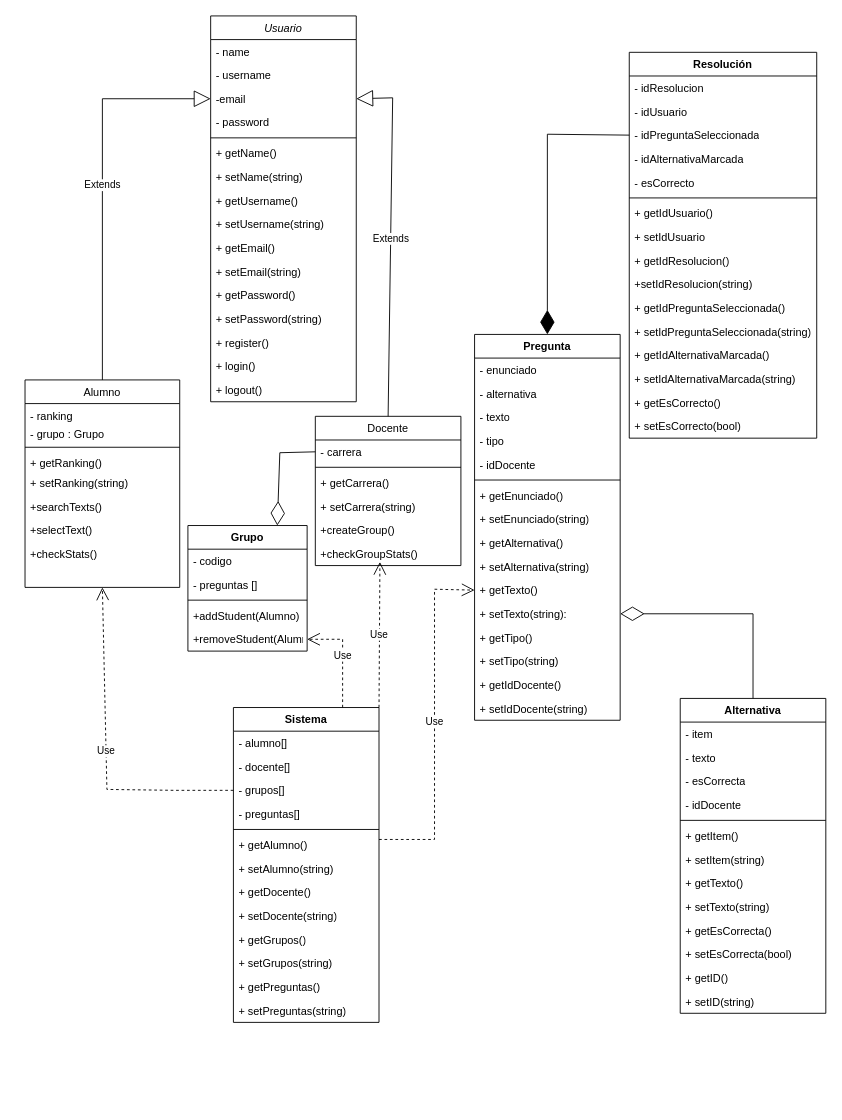
jhordannfree/proyectoAlgo2 keeps this draw.io diagram as ProjectAlgo2.drawio. Above is the earlier version. Source tidied: cells renumbered, new cells numbered last; positions are measured from the earlier drawing's top-left corner, leaving out a move shared by most shapes. Both pictures are drawn from the tidied source at 91%, with x=0, y=0 at pixel (25, 15).
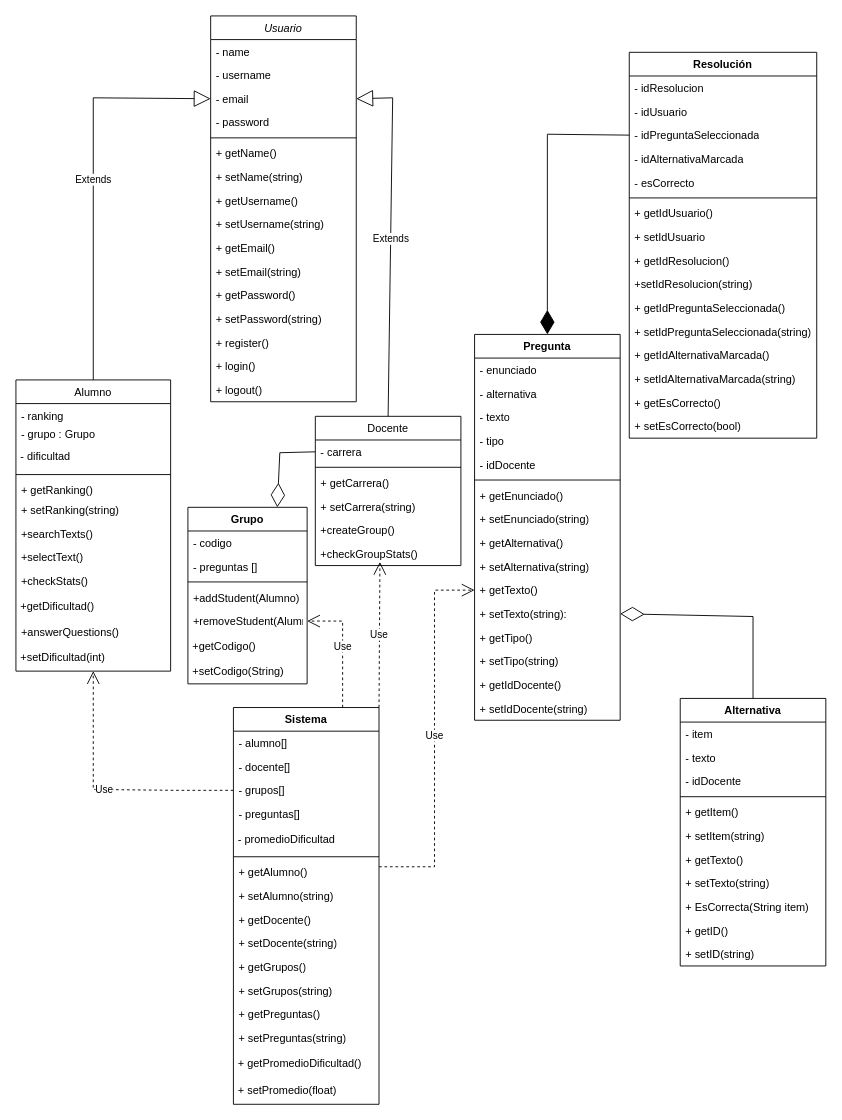
Above is the later version.

The change refers to these unchanged cells:
```xml
<mxCell id="2" value="Usuario" style="swimlane;fontStyle=2;align=center;verticalAlign=top;horizontal=1;startSize=26;rounded=0;shadow=0;strokeWidth=1;" parent="1" vertex="1">
  <mxGeometry x="204" width="160" height="424" as="geometry" />
</mxCell>
<mxCell id="46" value="+ getTexto()" style="text;strokeColor=none;fillColor=none;align=left;verticalAlign=top;spacingLeft=4;spacingRight=4;overflow=hidden;points=[[0,0.5],[1,0.5]];portConstraint=eastwest;whiteSpace=wrap;html=1;" parent="35" vertex="1">
  <mxGeometry y="268" width="160" height="26" as="geometry" />
</mxCell>
<mxCell id="47" value="+ setTexto(string):" style="text;strokeColor=none;fillColor=none;align=left;verticalAlign=top;spacingLeft=4;spacingRight=4;overflow=hidden;points=[[0,0.5],[1,0.5]];portConstraint=eastwest;whiteSpace=wrap;html=1;" parent="35" vertex="1">
  <mxGeometry y="294" width="160" height="26" as="geometry" />
</mxCell>
<mxCell id="57" value="+removeStudent(Alumno)" style="text;strokeColor=none;fillColor=none;align=left;verticalAlign=top;spacingLeft=4;spacingRight=4;overflow=hidden;points=[[0,0.5],[1,0.5]];portConstraint=eastwest;whiteSpace=wrap;html=1;" parent="52" vertex="1">
  <mxGeometry y="112" width="131" height="26" as="geometry" />
</mxCell>
<mxCell id="75" value="- grupos[]" style="text;strokeColor=none;fillColor=none;align=left;verticalAlign=top;spacingLeft=4;spacingRight=4;overflow=hidden;points=[[0,0.5],[1,0.5]];portConstraint=eastwest;whiteSpace=wrap;html=1;" parent="72" vertex="1">
  <mxGeometry y="78" width="160" height="26" as="geometry" />
</mxCell>
```

What changed in the source:
```diff
@@
-    <mxCell id="5" value="-email" style="text;align=left;verticalAlign=top;spacingLeft=4;spacingRight=4;overflow=hidden;points=[[0,0.5],[1,0.5]];portConstraint=eastwest;rounded=0;shadow=0;html=0;" parent="2" vertex="1">
+    <mxCell id="5" value="- email" style="text;align=left;verticalAlign=top;spacingLeft=4;spacingRight=4;overflow=hidden;points=[[0,0.5],[1,0.5]];portConstraint=eastwest;rounded=0;shadow=0;html=0;" parent="2" vertex="1">
       <mxGeometry y="78" width="160" height="26" as="geometry" />
     </mxCell>
@@
     <mxCell id="19" value="Alumno" style="swimlane;fontStyle=0;align=center;verticalAlign=top;horizontal=1;startSize=26;rounded=0;shadow=0;strokeWidth=1;" parent="1" vertex="1">
-      <mxGeometry y="400" width="170" height="228" as="geometry" />
+      <mxGeometry x="-10" y="400" width="170" height="320" as="geometry" />
     </mxCell>
@@
+    <mxCell id="112" value="&amp;nbsp;- dificultad" style="text;html=1;strokeColor=none;fillColor=none;align=left;verticalAlign=middle;whiteSpace=wrap;rounded=0;" parent="19" vertex="1">
+      <mxGeometry y="70" width="170" height="30" as="geometry" />
+    </mxCell>
     <mxCell id="22" style="line;html=1;strokeWidth=1;align=left;verticalAlign=middle;spacingTop=-1;spacingLeft=3;spacingRight=3;labelPosition=right;" parent="19" vertex="1">
-      <mxGeometry y="70" width="170" height="8" as="geometry" />
+      <mxGeometry y="100" width="170" height="8" as="geometry" />
     </mxCell>
     <mxCell id="23" value="+ getRanking()" style="text;align=left;verticalAlign=top;spacingLeft=4;spacingRight=4;overflow=hidden;" parent="19" vertex="1">
-      <mxGeometry y="78" width="170" height="22" as="geometry" />
+      <mxGeometry y="108" width="170" height="22" as="geometry" />
     </mxCell>
     <mxCell id="24" value="+ setRanking(string)" style="text;align=left;verticalAlign=top;spacingLeft=4;spacingRight=4;overflow=hidden;" parent="19" vertex="1">
-      <mxGeometry y="100" width="170" height="26" as="geometry" />
+      <mxGeometry y="130" width="170" height="26" as="geometry" />
     </mxCell>
     <mxCell id="25" value="+searchTexts()" style="text;align=left;verticalAlign=top;spacingLeft=4;spacingRight=4;overflow=hidden;" parent="19" vertex="1">
-      <mxGeometry y="126" width="170" height="26" as="geometry" />
+      <mxGeometry y="156" width="170" height="26" as="geometry" />
     </mxCell>
     <mxCell id="26" value="+selectText()" style="text;align=left;verticalAlign=top;spacingLeft=4;spacingRight=4;overflow=hidden;" parent="19" vertex="1">
-      <mxGeometry y="152" width="170" height="26" as="geometry" />
+      <mxGeometry y="182" width="170" height="26" as="geometry" />
     </mxCell>
     <mxCell id="27" value="+checkStats()" style="text;align=left;verticalAlign=top;spacingLeft=4;spacingRight=4;overflow=hidden;" parent="19" vertex="1">
-      <mxGeometry y="178" width="170" height="26" as="geometry" />
+      <mxGeometry y="208" width="170" height="26" as="geometry" />
     </mxCell>
+    <mxCell id="113" value="&amp;nbsp;+getDificultad()" style="text;html=1;strokeColor=none;fillColor=none;align=left;verticalAlign=middle;whiteSpace=wrap;rounded=0;" parent="19" vertex="1">
+      <mxGeometry y="234" width="170" height="30" as="geometry" />
+    </mxCell>
+    <mxCell id="114" value="+answerQuestions()" style="text;align=left;verticalAlign=top;spacingLeft=4;spacingRight=4;overflow=hidden;" parent="19" vertex="1">
+      <mxGeometry y="264" width="170" height="26" as="geometry" />
+    </mxCell>
+    <mxCell id="115" value="&amp;nbsp;+setDificultad(int)" style="text;html=1;strokeColor=none;fillColor=none;align=left;verticalAlign=middle;whiteSpace=wrap;rounded=0;" parent="19" vertex="1">
+      <mxGeometry y="290" width="170" height="30" as="geometry" />
+    </mxCell>
@@
     <mxCell id="52" value="Grupo" style="swimlane;fontStyle=1;align=center;verticalAlign=top;horizontal=1;startSize=26;whiteSpace=wrap;html=1;" parent="1" vertex="1">
-      <mxGeometry x="179" y="560" width="131" height="138" as="geometry" />
+      <mxGeometry x="179" y="540" width="131" height="194" as="geometry" />
     </mxCell>
@@
+    <mxCell id="116" value="&amp;nbsp;+getCodigo()" style="text;html=1;strokeColor=none;fillColor=none;align=left;verticalAlign=middle;whiteSpace=wrap;rounded=0;" parent="52" vertex="1">
+      <mxGeometry y="138" width="131" height="30" as="geometry" />
+    </mxCell>
+    <mxCell id="117" value="&amp;nbsp;+setCodigo(String)" style="text;html=1;strokeColor=none;fillColor=none;align=left;verticalAlign=middle;whiteSpace=wrap;rounded=0;" parent="52" vertex="1">
+      <mxGeometry y="168" width="131" height="26" as="geometry" />
+    </mxCell>
     <mxCell id="58" value="Alternativa" style="swimlane;fontStyle=1;align=center;verticalAlign=top;horizontal=1;startSize=26;whiteSpace=wrap;html=1;" parent="1" vertex="1">
-      <mxGeometry x="720" y="750" width="160" height="346" as="geometry" />
+      <mxGeometry x="720" y="750" width="160" height="294" as="geometry" />
     </mxCell>
@@
-    <mxCell id="61" value="- esCorrecta" style="text;strokeColor=none;fillColor=none;align=left;verticalAlign=top;spacingLeft=4;spacingRight=4;overflow=hidden;whiteSpace=wrap;html=1;" parent="58" vertex="1">
-      <mxGeometry y="78" width="160" height="26" as="geometry" />
-    </mxCell>
     <mxCell id="62" value="-&amp;nbsp;idDocente" style="text;strokeColor=none;fillColor=none;align=left;verticalAlign=top;spacingLeft=4;spacingRight=4;overflow=hidden;whiteSpace=wrap;html=1;" parent="58" vertex="1">
-      <mxGeometry y="104" width="160" height="26" as="geometry" />
+      <mxGeometry y="78" width="160" height="26" as="geometry" />
     </mxCell>
     <mxCell id="63" style="line;strokeWidth=1;fillColor=none;align=left;verticalAlign=middle;spacingTop=-1;spacingLeft=3;spacingRight=3;labelPosition=right;strokeColor=inherit;" parent="58" vertex="1">
-      <mxGeometry y="130" width="160" height="8" as="geometry" />
+      <mxGeometry y="104" width="160" height="8" as="geometry" />
     </mxCell>
     <mxCell id="64" value="+ getItem()" style="text;strokeColor=none;fillColor=none;align=left;verticalAlign=top;spacingLeft=4;spacingRight=4;overflow=hidden;whiteSpace=wrap;html=1;" parent="58" vertex="1">
-      <mxGeometry y="138" width="160" height="26" as="geometry" />
+      <mxGeometry y="112" width="160" height="26" as="geometry" />
     </mxCell>
     <mxCell id="65" value="+ setItem(string)" style="text;strokeColor=none;fillColor=none;align=left;verticalAlign=top;spacingLeft=4;spacingRight=4;overflow=hidden;whiteSpace=wrap;html=1;" parent="58" vertex="1">
-      <mxGeometry y="164" width="160" height="26" as="geometry" />
+      <mxGeometry y="138" width="160" height="26" as="geometry" />
     </mxCell>
     <mxCell id="66" value="+ getTexto()" style="text;strokeColor=none;fillColor=none;align=left;verticalAlign=top;spacingLeft=4;spacingRight=4;overflow=hidden;whiteSpace=wrap;html=1;" parent="58" vertex="1">
-      <mxGeometry y="190" width="160" height="26" as="geometry" />
+      <mxGeometry y="164" width="160" height="26" as="geometry" />
     </mxCell>
     <mxCell id="67" value="+ setTexto(string)" style="text;strokeColor=none;fillColor=none;align=left;verticalAlign=top;spacingLeft=4;spacingRight=4;overflow=hidden;whiteSpace=wrap;html=1;" parent="58" vertex="1">
-      <mxGeometry y="216" width="160" height="26" as="geometry" />
+      <mxGeometry y="190" width="160" height="26" as="geometry" />
     </mxCell>
-    <mxCell id="68" value="+ getEsCorrecta()" style="text;strokeColor=none;fillColor=none;align=left;verticalAlign=top;spacingLeft=4;spacingRight=4;overflow=hidden;whiteSpace=wrap;html=1;" parent="58" vertex="1">
-      <mxGeometry y="242" width="160" height="26" as="geometry" />
+    <mxCell id="68" value="+ EsCorrecta(String item)" style="text;strokeColor=none;fillColor=none;align=left;verticalAlign=top;spacingLeft=4;spacingRight=4;overflow=hidden;whiteSpace=wrap;html=1;" parent="58" vertex="1">
+      <mxGeometry y="216" width="160" height="26" as="geometry" />
     </mxCell>
-    <mxCell id="69" value="+ setEsCorrecta(bool)" style="text;strokeColor=none;fillColor=none;align=left;verticalAlign=top;spacingLeft=4;spacingRight=4;overflow=hidden;whiteSpace=wrap;html=1;" parent="58" vertex="1">
-      <mxGeometry y="268" width="160" height="26" as="geometry" />
-    </mxCell>
     <mxCell id="70" value="+ getID()" style="text;strokeColor=none;fillColor=none;align=left;verticalAlign=top;spacingLeft=4;spacingRight=4;overflow=hidden;whiteSpace=wrap;html=1;" parent="58" vertex="1">
-      <mxGeometry y="294" width="160" height="26" as="geometry" />
+      <mxGeometry y="242" width="160" height="26" as="geometry" />
     </mxCell>
     <mxCell id="71" value="+ setID(string)" style="text;strokeColor=none;fillColor=none;align=left;verticalAlign=top;spacingLeft=4;spacingRight=4;overflow=hidden;whiteSpace=wrap;html=1;" parent="58" vertex="1">
-      <mxGeometry y="320" width="160" height="26" as="geometry" />
+      <mxGeometry y="268" width="160" height="26" as="geometry" />
     </mxCell>
     <mxCell id="72" value="Sistema" style="swimlane;fontStyle=1;align=center;verticalAlign=top;horizontal=1;startSize=26;whiteSpace=wrap;html=1;" parent="1" vertex="1">
-      <mxGeometry x="229" y="760" width="160" height="346" as="geometry" />
+      <mxGeometry x="229" y="760" width="160" height="436" as="geometry" />
     </mxCell>
@@
+    <mxCell id="118" value="&amp;nbsp;- promedioDificultad" style="text;html=1;strokeColor=none;fillColor=none;align=left;verticalAlign=middle;whiteSpace=wrap;rounded=0;" parent="72" vertex="1">
+      <mxGeometry y="130" width="160" height="30" as="geometry" />
+    </mxCell>
     <mxCell id="77" style="line;strokeWidth=1;fillColor=none;align=left;verticalAlign=middle;spacingTop=-1;spacingLeft=3;spacingRight=3;labelPosition=right;strokeColor=inherit;" parent="72" vertex="1">
-      <mxGeometry y="130" width="160" height="8" as="geometry" />
+      <mxGeometry y="160" width="160" height="8" as="geometry" />
     </mxCell>
     <mxCell id="78" value="+ getAlumno()" style="text;strokeColor=none;fillColor=none;align=left;verticalAlign=top;spacingLeft=4;spacingRight=4;overflow=hidden;points=[[0,0.5],[1,0.5]];portConstraint=eastwest;whiteSpace=wrap;html=1;" parent="72" vertex="1">
-      <mxGeometry y="138" width="160" height="26" as="geometry" />
+      <mxGeometry y="168" width="160" height="26" as="geometry" />
     </mxCell>
     <mxCell id="79" value="+ setAlumno(string)" style="text;strokeColor=none;fillColor=none;align=left;verticalAlign=top;spacingLeft=4;spacingRight=4;overflow=hidden;whiteSpace=wrap;html=1;" parent="72" vertex="1">
-      <mxGeometry y="164" width="160" height="26" as="geometry" />
+      <mxGeometry y="194" width="160" height="26" as="geometry" />
     </mxCell>
     <mxCell id="80" value="+ getDocente()" style="text;strokeColor=none;fillColor=none;align=left;verticalAlign=top;spacingLeft=4;spacingRight=4;overflow=hidden;whiteSpace=wrap;html=1;" parent="72" vertex="1">
-      <mxGeometry y="190" width="160" height="26" as="geometry" />
+      <mxGeometry y="220" width="160" height="26" as="geometry" />
     </mxCell>
     <mxCell id="81" value="+ setDocente(string)" style="text;strokeColor=none;fillColor=none;align=left;verticalAlign=top;spacingLeft=4;spacingRight=4;overflow=hidden;whiteSpace=wrap;html=1;" parent="72" vertex="1">
-      <mxGeometry y="216" width="160" height="26" as="geometry" />
+      <mxGeometry y="246" width="160" height="26" as="geometry" />
     </mxCell>
     <mxCell id="82" value="+ getGrupos()" style="text;strokeColor=none;fillColor=none;align=left;verticalAlign=top;spacingLeft=4;spacingRight=4;overflow=hidden;whiteSpace=wrap;html=1;" parent="72" vertex="1">
-      <mxGeometry y="242" width="160" height="26" as="geometry" />
+      <mxGeometry y="272" width="160" height="26" as="geometry" />
     </mxCell>
     <mxCell id="83" value="+ setGrupos(string)" style="text;strokeColor=none;fillColor=none;align=left;verticalAlign=top;spacingLeft=4;spacingRight=4;overflow=hidden;whiteSpace=wrap;html=1;" parent="72" vertex="1">
-      <mxGeometry y="268" width="160" height="26" as="geometry" />
+      <mxGeometry y="298" width="160" height="26" as="geometry" />
     </mxCell>
     <mxCell id="84" value="+ getPreguntas()" style="text;strokeColor=none;fillColor=none;align=left;verticalAlign=top;spacingLeft=4;spacingRight=4;overflow=hidden;whiteSpace=wrap;html=1;" parent="72" vertex="1">
-      <mxGeometry y="294" width="160" height="26" as="geometry" />
+      <mxGeometry y="324" width="160" height="26" as="geometry" />
     </mxCell>
     <mxCell id="85" value="+ setPreguntas(string)" style="text;strokeColor=none;fillColor=none;align=left;verticalAlign=top;spacingLeft=4;spacingRight=4;overflow=hidden;whiteSpace=wrap;html=1;" parent="72" vertex="1">
-      <mxGeometry y="320" width="160" height="26" as="geometry" />
+      <mxGeometry y="350" width="160" height="26" as="geometry" />
     </mxCell>
+    <mxCell id="119" value="&amp;nbsp;+ getPromedioDificultad()" style="text;html=1;strokeColor=none;fillColor=none;align=left;verticalAlign=middle;whiteSpace=wrap;rounded=0;" parent="72" vertex="1">
+      <mxGeometry y="376" width="160" height="30" as="geometry" />
+    </mxCell>
+    <mxCell id="120" value="&amp;nbsp;+ setPromedio(float)" style="text;html=1;strokeColor=none;fillColor=none;align=left;verticalAlign=middle;whiteSpace=wrap;rounded=0;" parent="72" vertex="1">
+      <mxGeometry y="406" width="160" height="30" as="geometry" />
+    </mxCell>
@@
     <mxCell id="103" value="Extends" style="endArrow=block;endSize=16;endFill=0;html=1;rounded=0;exitX=0.5;exitY=0;exitDx=0;exitDy=0;entryX=0;entryY=0.5;entryDx=0;entryDy=0;" parent="1" edge="1" source="19" target="5">
       <mxGeometry relative="1" as="geometry">
         <Array as="points">
-          <mxPoint x="85" y="91" />
+          <mxPoint x="75" y="90" />
         </Array>
       </mxGeometry>
     </mxCell>
@@
     <mxCell id="105" value="Use" style="endArrow=open;endSize=12;dashed=1;html=1;rounded=0;exitX=0;exitY=0.5;exitDx=0;exitDy=0;entryX=0.5;entryY=1;entryDx=0;entryDy=0;" parent="1" edge="1" source="75" target="19">
       <mxGeometry relative="1" as="geometry">
         <Array as="points">
           <mxPoint x="164" y="851" />
-          <mxPoint x="90" y="850" />
+          <mxPoint x="75" y="850" />
         </Array>
       </mxGeometry>
     </mxCell>
     <mxCell id="106" value="Use" style="endArrow=open;endSize=12;dashed=1;html=1;rounded=0;exitX=0.75;exitY=0;exitDx=0;exitDy=0;entryX=1;entryY=0.5;entryDx=0;entryDy=0;" parent="1" edge="1" source="72" target="57">
       <mxGeometry relative="1" as="geometry">
         <Array as="points">
-          <mxPoint x="349" y="685" />
+          <mxPoint x="349" y="665" />
         </Array>
       </mxGeometry>
     </mxCell>
@@
     <mxCell id="108" style="endArrow=diamondThin;endFill=0;endSize=24;html=1;rounded=0;exitX=0.5;exitY=0;exitDx=0;exitDy=0;entryX=1;entryY=0.5;entryDx=0;entryDy=0;" parent="1" edge="1" source="58" target="47">
       <mxGeometry relative="1" as="geometry">
         <Array as="points">
-          <mxPoint x="800" y="657" />
+          <mxPoint x="800" y="660" />
         </Array>
       </mxGeometry>
     </mxCell>
@@
     <mxCell id="110" value="Use" style="endArrow=open;endSize=12;dashed=1;html=1;rounded=0;exitX=1;exitY=0.269;exitDx=0;exitDy=0;exitPerimeter=0;entryX=0;entryY=0.5;entryDx=0;entryDy=0;" parent="1" edge="1" source="78" target="46">
       <mxGeometry relative="1" as="geometry">
         <Array as="points">
-          <mxPoint x="450" y="905" />
-          <mxPoint x="450" y="630" />
+          <mxPoint x="450" y="935" />
+          <mxPoint x="450" y="631" />
         </Array>
       </mxGeometry>
     </mxCell>
```
